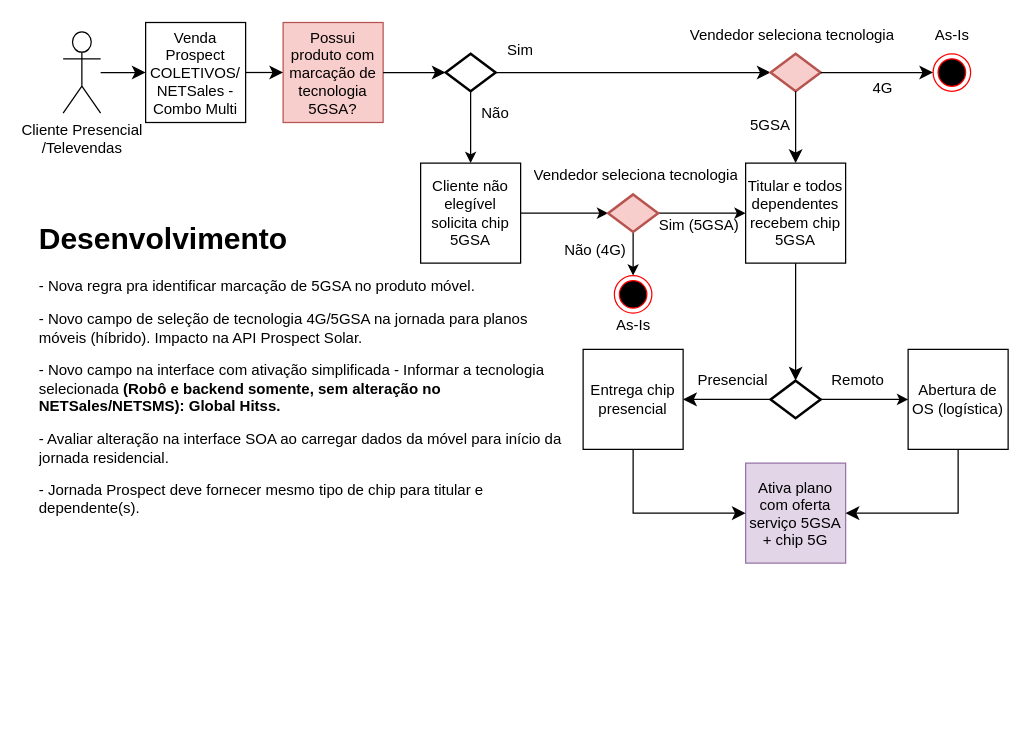
samirali/ClaroBrasil keeps this draw.io diagram as page "Prospect NETSales" (2 of 4) of 5GSA v2.drawio. Above is the earlier version. Source tidied: cells renumbered, new cells numbered last; positions are measured from the earlier drawing's top-left corner, leaving out a move shared by most shapes. Both pictures are drawn from the tidied source at 125%, with x=0, y=0 at pixel (32, 22).
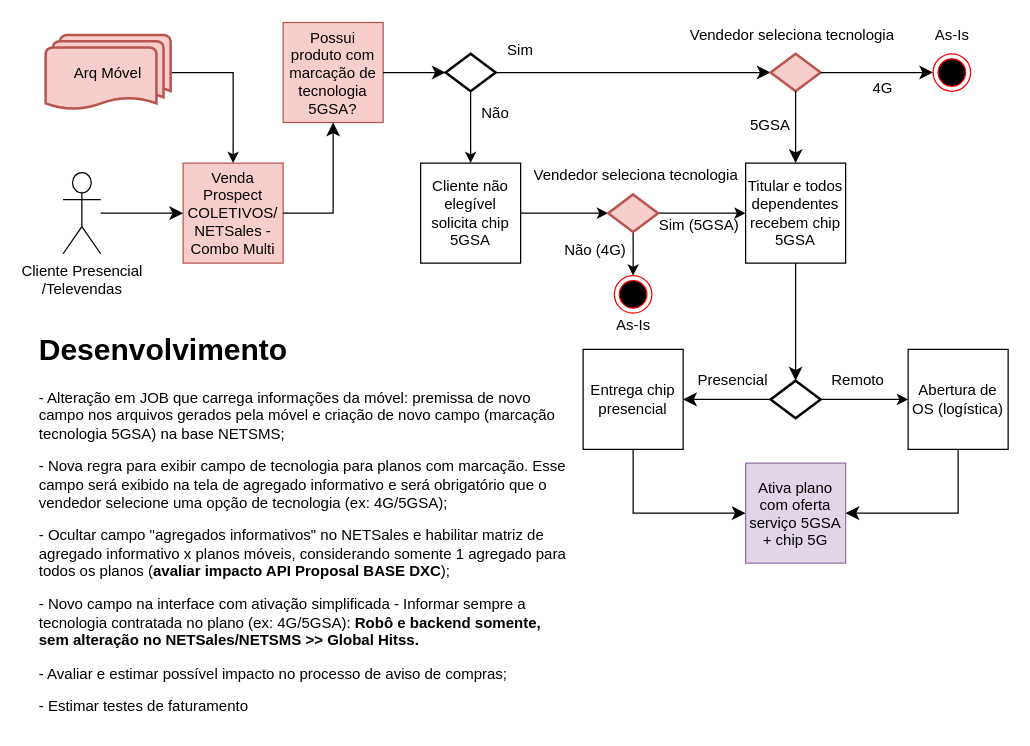
After the change.

Unchanged cells that the change refers to:
```xml
<mxCell id="5" value="Possui produto com marcação de tecnologia 5GSA?" style="whiteSpace=wrap;html=1;fillColor=#f8cecc;strokeColor=#b85450;" parent="1" vertex="1">
  <mxGeometry x="200" y="-0.5" width="80" height="80" as="geometry" />
</mxCell>
```

Diff of the diagram source:
```diff
@@
-    <mxCell id="2" value="Venda Prospect COLETIVOS/ NETSales - Combo Multi" style="whiteSpace=wrap;html=1;" parent="1" vertex="1">
-      <mxGeometry x="90" y="-0.5" width="80" height="80" as="geometry" />
+    <mxCell id="2" value="Venda Prospect COLETIVOS/ NETSales - Combo Multi" style="whiteSpace=wrap;html=1;fillColor=#f8cecc;strokeColor=#b85450;" parent="1" vertex="1">
+      <mxGeometry x="120" y="112" width="80" height="80" as="geometry" />
     </mxCell>
@@
     <mxCell id="7" value="Cliente Presencial&lt;br&gt;/Televendas" style="shape=umlActor;verticalLabelPosition=bottom;verticalAlign=top;html=1;" parent="1" vertex="1">
-      <mxGeometry x="24" y="7" width="30" height="65" as="geometry" />
+      <mxGeometry x="24" y="119.5" width="30" height="65" as="geometry" />
     </mxCell>
@@
-    <mxCell id="9" style="edgeStyle=elbowEdgeStyle;elbow=horizontal;endArrow=classic;html=1;curved=0;rounded=0;endSize=8;startSize=8;entryX=0;entryY=0.5;entryDx=0;entryDy=0;exitX=1;exitY=0.5;exitDx=0;exitDy=0;" parent="1" edge="1" source="2" target="5">
-      <mxGeometry relative="1" as="geometry" />
+    <mxCell id="9" style="edgeStyle=elbowEdgeStyle;elbow=horizontal;endArrow=classic;html=1;curved=0;rounded=0;endSize=8;startSize=8;entryX=0.5;entryY=1;entryDx=0;entryDy=0;exitX=1;exitY=0.5;exitDx=0;exitDy=0;" parent="1" edge="1" source="2" target="5">
+      <mxGeometry relative="1" as="geometry">
+        <Array as="points">
+          <mxPoint x="240" y="122" />
+        </Array>
+      </mxGeometry>
     </mxCell>
@@
-    <mxCell id="42" value="&lt;h1&gt;Desenvolvimento&lt;/h1&gt;&lt;p style=&quot;border-color: var(--border-color);&quot;&gt;- Nova regra pra identificar marcação de 5GSA no produto móvel.&lt;/p&gt;&lt;p style=&quot;border-color: var(--border-color);&quot;&gt;&lt;span style=&quot;background-color: initial;&quot;&gt;- Novo campo de seleção de tecnologia 4G/5GSA na jornada para planos móveis (híbrido). Impacto na API Prospect Solar.&lt;/span&gt;&lt;br&gt;&lt;/p&gt;&lt;p style=&quot;border-color: var(--border-color);&quot;&gt;- Novo campo na interface com ativação simplificada - Informar a tecnologia selecionada&lt;b&gt; (Robô e backend somente, sem alteração no NETSales/NETSMS): Global Hitss.&lt;/b&gt;&lt;/p&gt;&lt;p style=&quot;border-color: var(--border-color);&quot;&gt;- Avaliar alteração na interface SOA ao carregar dados da móvel para início da jornada residencial.&lt;/p&gt;&lt;p style=&quot;border-color: var(--border-color);&quot;&gt;&lt;span style=&quot;background-color: initial;&quot;&gt;- Jornada Prospect deve fornecer mesmo tipo de chip para titular e dependente(s).&lt;/span&gt;&lt;br&gt;&lt;/p&gt;&lt;p&gt;&lt;br&gt;&lt;/p&gt;&lt;div&gt;&lt;br&gt;&lt;/div&gt;" style="text;html=1;strokeColor=none;fillColor=none;spacing=5;spacingTop=-20;whiteSpace=wrap;overflow=hidden;rounded=0;" parent="1" vertex="1">
-      <mxGeometry y="153" width="430" height="270" as="geometry" />
+    <mxCell id="42" value="&lt;h1&gt;Desenvolvimento&lt;/h1&gt;&lt;p style=&quot;border-color: var(--border-color);&quot;&gt;- Alteração em JOB que carrega informações da móvel: premissa de novo campo nos arquivos gerados pela móvel e criação de novo campo (marcação tecnologia 5GSA) na base NETSMS;&lt;/p&gt;&lt;p style=&quot;border-color: var(--border-color);&quot;&gt;- Nova regra para exibir campo de tecnologia para planos com marcação. Esse campo será exibido na tela de agregado informativo e será obrigatório que o vendedor selecione uma opção de tecnologia (ex: 4G/5GSA);&lt;/p&gt;&lt;p style=&quot;border-color: var(--border-color);&quot;&gt;- Ocultar campo &quot;agregados informativos&quot; no NETSales e habilitar matriz de agregado informativo x planos móveis, considerando somente 1 agregado para todos os planos (&lt;b&gt;avaliar impacto API Proposal BASE DXC&lt;/b&gt;);&lt;/p&gt;&lt;p style=&quot;border-color: var(--border-color);&quot;&gt;&lt;span style=&quot;background-color: initial;&quot;&gt;- Novo campo na interface com ativação simplificada - Informar sempre a tecnologia contratada no plano (ex: 4G/5GSA):&amp;nbsp;&lt;/span&gt;&lt;b style=&quot;background-color: initial;&quot;&gt;Robô e backend somente, sem alteração no NETSales/NETSMS &amp;gt;&amp;gt; Global Hitss.&lt;/b&gt;&lt;br&gt;&lt;/p&gt;&lt;p style=&quot;border-color: var(--border-color);&quot;&gt;- Avaliar e estimar possível impacto no processo de aviso de compras;&lt;/p&gt;&lt;p style=&quot;border-color: var(--border-color);&quot;&gt;- Estimar testes de faturamento&lt;/p&gt;" style="text;html=1;strokeColor=none;fillColor=none;spacing=5;spacingTop=-20;whiteSpace=wrap;overflow=hidden;rounded=0;" parent="1" vertex="1">
+      <mxGeometry y="242" width="430" height="320" as="geometry" />
     </mxCell>
@@
+    <mxCell id="44" style="edgeStyle=orthogonalEdgeStyle;rounded=0;jettySize=auto;html=1;entryX=0.5;entryY=0;entryDx=0;entryDy=0;" parent="1" edge="1" source="45" target="2">
+      <mxGeometry relative="1" as="geometry" />
+    </mxCell>
+    <mxCell id="45" value="Arq Móvel" style="strokeWidth=2;html=1;shape=mxgraph.flowchart.multi-document;whiteSpace=wrap;fillColor=#f8cecc;strokeColor=#b85450;" parent="1" vertex="1">
+      <mxGeometry x="10" y="9.5" width="100" height="60" as="geometry" />
+    </mxCell>
```
